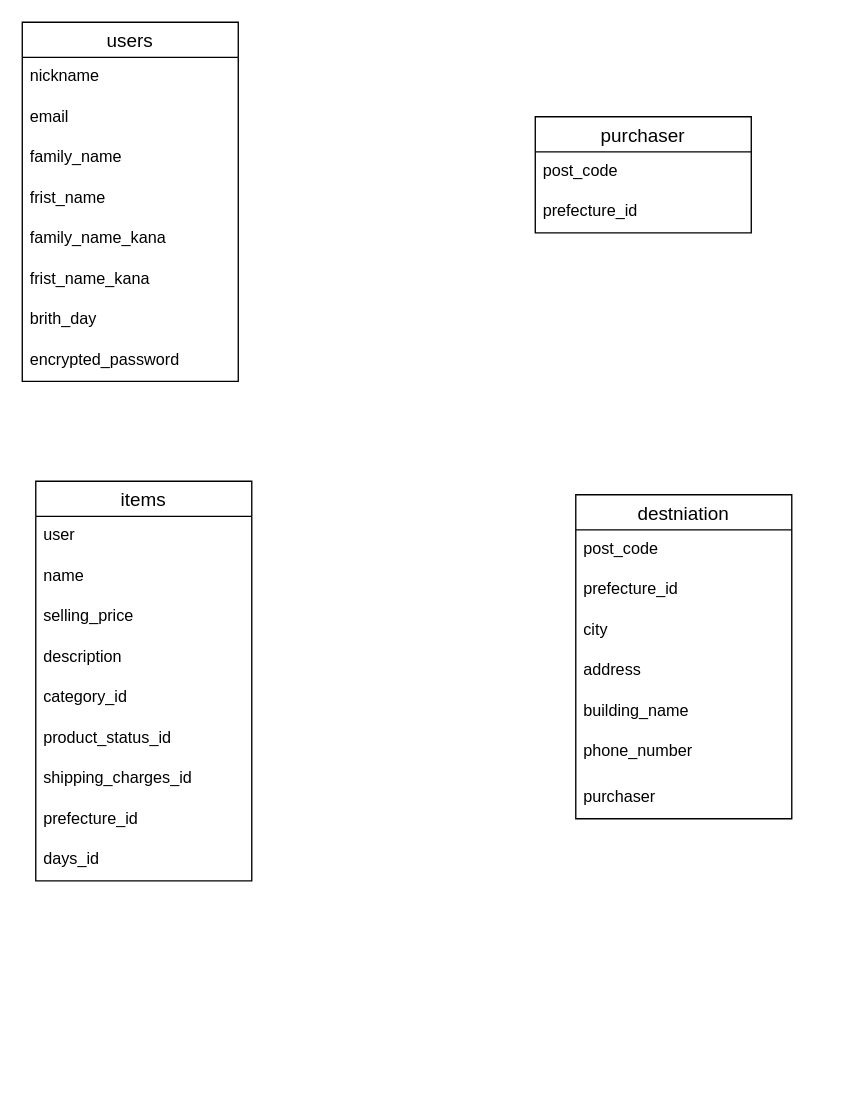
Earlier version of the draw.io diagram test.dio (hitochan151/furima-29115). Source tidied: cells renumbered, new cells numbered last; positions are measured from the earlier drawing's top-left corner, leaving out a move shared by most shapes. Both pictures are drawn from the tidied source at 135%, with x=0, y=0 at pixel (22, 22).
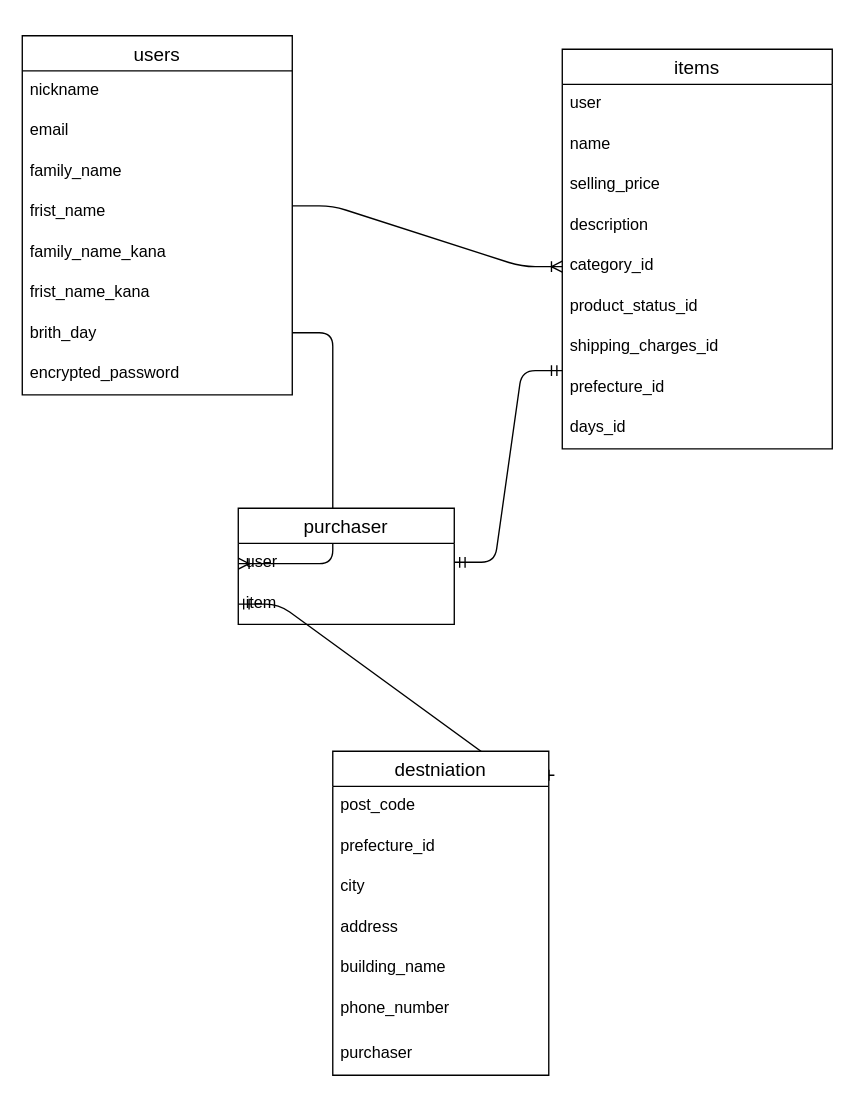
The same page after the edit.

Change to the diagram source:
```diff
@@
     <mxCell id="2" value="users" style="swimlane;fontStyle=0;horizontal=1;startSize=26;align=center;fontSize=14;" parent="1" vertex="1">
-      <mxGeometry width="160" height="266" as="geometry" />
+      <mxGeometry y="10" width="200" height="266" as="geometry" />
     </mxCell>
     <mxCell id="3" value="nickname" style="text;strokeColor=none;fillColor=none;spacingLeft=4;spacingRight=4;overflow=hidden;fontSize=12;" parent="2" vertex="1">
-      <mxGeometry y="26" width="160" height="30" as="geometry" />
+      <mxGeometry y="26" width="200" height="30" as="geometry" />
     </mxCell>
     <mxCell id="4" value="email" style="text;strokeColor=none;fillColor=none;spacingLeft=4;spacingRight=4;overflow=hidden;fontSize=12;" parent="2" vertex="1">
-      <mxGeometry y="56" width="160" height="30" as="geometry" />
+      <mxGeometry y="56" width="200" height="30" as="geometry" />
     </mxCell>
     <mxCell id="5" value="family_name" style="text;strokeColor=none;fillColor=none;spacingLeft=4;spacingRight=4;overflow=hidden;fontSize=12;" parent="2" vertex="1">
-      <mxGeometry y="86" width="160" height="30" as="geometry" />
+      <mxGeometry y="86" width="200" height="30" as="geometry" />
     </mxCell>
     <mxCell id="6" value="frist_name" style="text;strokeColor=none;fillColor=none;spacingLeft=4;spacingRight=4;overflow=hidden;fontSize=12;" parent="2" vertex="1">
-      <mxGeometry y="116" width="160" height="30" as="geometry" />
+      <mxGeometry y="116" width="200" height="30" as="geometry" />
     </mxCell>
     <mxCell id="7" value="family_name_kana" style="text;strokeColor=none;fillColor=none;spacingLeft=4;spacingRight=4;overflow=hidden;fontSize=12;" parent="2" vertex="1">
-      <mxGeometry y="146" width="160" height="30" as="geometry" />
+      <mxGeometry y="146" width="200" height="30" as="geometry" />
     </mxCell>
     <mxCell id="8" value="frist_name_kana" style="text;strokeColor=none;fillColor=none;spacingLeft=4;spacingRight=4;overflow=hidden;fontSize=12;" parent="2" vertex="1">
-      <mxGeometry y="176" width="160" height="30" as="geometry" />
+      <mxGeometry y="176" width="200" height="30" as="geometry" />
     </mxCell>
     <mxCell id="9" value="brith_day" style="text;strokeColor=none;fillColor=none;spacingLeft=4;spacingRight=4;overflow=hidden;fontSize=12;" parent="2" vertex="1">
-      <mxGeometry y="206" width="160" height="30" as="geometry" />
+      <mxGeometry y="206" width="200" height="30" as="geometry" />
     </mxCell>
     <mxCell id="10" value="encrypted_password" style="text;strokeColor=none;fillColor=none;spacingLeft=4;spacingRight=4;overflow=hidden;fontSize=12;" parent="2" vertex="1">
-      <mxGeometry y="236" width="160" height="30" as="geometry" />
+      <mxGeometry y="236" width="200" height="30" as="geometry" />
     </mxCell>
+    <mxCell id="32" style="edgeStyle=entityRelationEdgeStyle;fontSize=12;html=1;endArrow=ERoneToMany;entryX=0;entryY=0.5;entryDx=0;entryDy=0;" parent="1" edge="1" target="16">
+      <mxGeometry relative="1" as="geometry">
+        <mxPoint x="200" y="136" as="sourcePoint" />
+      </mxGeometry>
+    </mxCell>
     <mxCell id="11" value="items" style="swimlane;fontStyle=0;horizontal=1;startSize=26;align=center;fontSize=14;" parent="1" vertex="1">
-      <mxGeometry x="10" y="340" width="160" height="296" as="geometry" />
+      <mxGeometry x="400" y="20" width="200" height="296" as="geometry" />
     </mxCell>
     <mxCell id="12" value="user" style="text;strokeColor=none;fillColor=none;spacingLeft=4;spacingRight=4;overflow=hidden;fontSize=12;" parent="11" vertex="1">
-      <mxGeometry y="26" width="160" height="30" as="geometry" />
+      <mxGeometry y="26" width="200" height="30" as="geometry" />
     </mxCell>
     <mxCell id="13" value="name" style="text;strokeColor=none;fillColor=none;spacingLeft=4;spacingRight=4;overflow=hidden;fontSize=12;" parent="11" vertex="1">
-      <mxGeometry y="56" width="160" height="30" as="geometry" />
+      <mxGeometry y="56" width="200" height="30" as="geometry" />
     </mxCell>
     <mxCell id="14" value="selling_price" style="text;strokeColor=none;fillColor=none;spacingLeft=4;spacingRight=4;overflow=hidden;fontSize=12;" parent="11" vertex="1">
-      <mxGeometry y="86" width="160" height="30" as="geometry" />
+      <mxGeometry y="86" width="200" height="30" as="geometry" />
     </mxCell>
     <mxCell id="15" value="description" style="text;strokeColor=none;fillColor=none;spacingLeft=4;spacingRight=4;overflow=hidden;fontSize=12;" parent="11" vertex="1">
-      <mxGeometry y="116" width="160" height="30" as="geometry" />
+      <mxGeometry y="116" width="200" height="30" as="geometry" />
     </mxCell>
     <mxCell id="16" value="category_id" style="text;strokeColor=none;fillColor=none;spacingLeft=4;spacingRight=4;overflow=hidden;points=[[0,0.5],[1,0.5]];portConstraint=eastwest;fontSize=12;" parent="11" vertex="1">
-      <mxGeometry y="146" width="160" height="30" as="geometry" />
+      <mxGeometry y="146" width="200" height="30" as="geometry" />
     </mxCell>
     <mxCell id="17" value="product_status_id" style="text;strokeColor=none;fillColor=none;spacingLeft=4;spacingRight=4;overflow=hidden;fontSize=12;" parent="11" vertex="1">
-      <mxGeometry y="176" width="160" height="30" as="geometry" />
+      <mxGeometry y="176" width="200" height="30" as="geometry" />
     </mxCell>
     <mxCell id="18" value="shipping_charges_id" style="text;strokeColor=none;fillColor=none;spacingLeft=4;spacingRight=4;overflow=hidden;fontSize=12;" parent="11" vertex="1">
-      <mxGeometry y="206" width="160" height="30" as="geometry" />
+      <mxGeometry y="206" width="200" height="30" as="geometry" />
     </mxCell>
     <mxCell id="19" value="prefecture_id" style="text;strokeColor=none;fillColor=none;spacingLeft=4;spacingRight=4;overflow=hidden;fontSize=12;" parent="11" vertex="1">
-      <mxGeometry y="236" width="160" height="30" as="geometry" />
+      <mxGeometry y="236" width="200" height="30" as="geometry" />
     </mxCell>
     <mxCell id="20" value="days_id" style="text;strokeColor=none;fillColor=none;spacingLeft=4;spacingRight=4;overflow=hidden;fontSize=12;" parent="11" vertex="1">
-      <mxGeometry y="266" width="160" height="30" as="geometry" />
+      <mxGeometry y="266" width="200" height="30" as="geometry" />
     </mxCell>
+    <mxCell id="33" style="edgeStyle=entityRelationEdgeStyle;fontSize=12;html=1;endArrow=ERoneToMany;entryX=0;entryY=0.5;entryDx=0;entryDy=0;" parent="1" edge="1" target="30">
+      <mxGeometry relative="1" as="geometry">
+        <mxPoint x="200" y="230" as="sourcePoint" />
+      </mxGeometry>
+    </mxCell>
+    <mxCell id="34" style="edgeStyle=entityRelationEdgeStyle;fontSize=12;html=1;endArrow=ERmandOne;startArrow=ERmandOne;exitX=1.026;exitY=0.074;exitDx=0;exitDy=0;exitPerimeter=0;entryX=0;entryY=0.5;entryDx=0;entryDy=0;" parent="1" edge="1" source="21" target="31">
+      <mxGeometry relative="1" as="geometry" />
+    </mxCell>
     <mxCell id="21" value="destniation" style="swimlane;fontStyle=0;horizontal=1;startSize=26;align=center;fontSize=14;" parent="1" vertex="1">
-      <mxGeometry x="410" y="350" width="160" height="240" as="geometry" />
+      <mxGeometry x="230" y="540" width="160" height="240" as="geometry" />
     </mxCell>
@@
+    <mxCell id="35" style="edgeStyle=entityRelationEdgeStyle;fontSize=12;html=1;endArrow=ERmandOne;startArrow=ERmandOne;" parent="1" edge="1">
+      <mxGeometry relative="1" as="geometry">
+        <mxPoint x="320" y="400" as="sourcePoint" />
+        <mxPoint x="400" y="258" as="targetPoint" />
+      </mxGeometry>
+    </mxCell>
     <mxCell id="29" value="purchaser" style="swimlane;fontStyle=0;horizontal=1;startSize=26;align=center;fontSize=14;" parent="1" vertex="1">
-      <mxGeometry x="380" y="70" width="160" height="86" as="geometry" />
+      <mxGeometry x="160" y="360" width="160" height="86" as="geometry" />
     </mxCell>
-    <mxCell id="30" value="post_code" style="text;strokeColor=none;fillColor=none;spacingLeft=4;spacingRight=4;overflow=hidden;points=[[0,0.5],[1,0.5]];portConstraint=eastwest;fontSize=12;" parent="29" vertex="1">
+    <mxCell id="30" value="user" style="text;strokeColor=none;fillColor=none;spacingLeft=4;spacingRight=4;overflow=hidden;points=[[0,0.5],[1,0.5]];portConstraint=eastwest;fontSize=12;" parent="29" vertex="1">
       <mxGeometry y="26" width="160" height="30" as="geometry" />
     </mxCell>
-    <mxCell id="31" value="prefecture_id" style="text;strokeColor=none;fillColor=none;spacingLeft=4;spacingRight=4;overflow=hidden;points=[[0,0.5],[1,0.5]];portConstraint=eastwest;fontSize=12;" parent="29" vertex="1">
+    <mxCell id="31" value="item" style="text;strokeColor=none;fillColor=none;spacingLeft=4;spacingRight=4;overflow=hidden;points=[[0,0.5],[1,0.5]];portConstraint=eastwest;fontSize=12;" parent="29" vertex="1">
       <mxGeometry y="56" width="160" height="30" as="geometry" />
     </mxCell>
```
